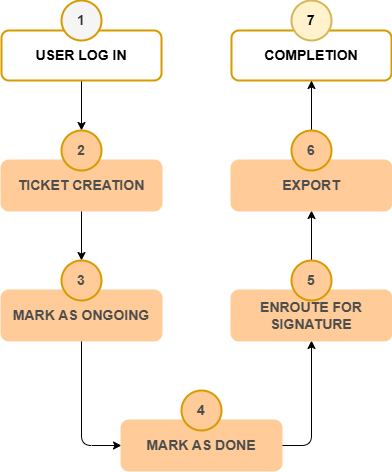
The draw.io diagram Docs/process-flow.png in dumpnibins4-oss/ACTS, before a commit. Source tidied: cells renumbered, new cells last; positions are measured from the earlier drawing's top-left corner, leaving out a move shared by most shapes.
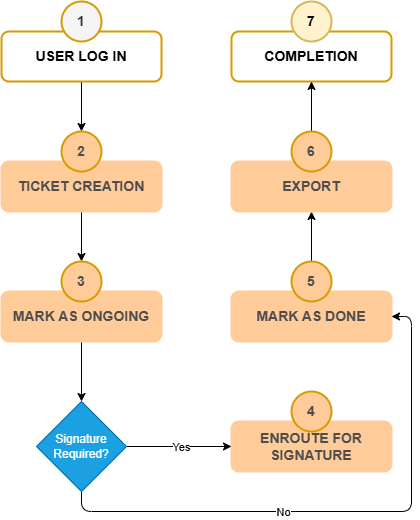
Later version of the same file.

The edit, as a diff of the source:
```diff
@@ -26,35 +26,24 @@
     <mxCell id="9" value="2" style="ellipse;whiteSpace=wrap;html=1;glass=0;strokeWidth=2;fillColor=#ffcc99;strokeColor=#D79B00;fontStyle=1;fontSize=14;fontColor=#4D4D4D;" parent="1" vertex="1">
       <mxGeometry x="60" y="130" width="40" height="40" as="geometry" />
     </mxCell>
-    <mxCell id="10" style="edgeStyle=none;html=1;entryX=0;entryY=0.5;entryDx=0;entryDy=0;fontSize=14;fontColor=#4D4D4D;" parent="1" edge="1" source="11" target="14">
-      <mxGeometry relative="1" as="geometry">
-        <Array as="points">
-          <mxPoint x="80" y="445" />
-        </Array>
-      </mxGeometry>
-    </mxCell>
+    <mxCell id="22" style="edgeStyle=none;html=1;entryX=0.5;entryY=0;entryDx=0;entryDy=0;" parent="1" edge="1" source="11" target="27">
+      <mxGeometry relative="1" as="geometry" />
+    </mxCell>
     <mxCell id="11" value="MARK AS ONGOING" style="rounded=1;whiteSpace=wrap;html=1;glass=0;strokeWidth=2;fillColor=#ffcc99;strokeColor=#ffcc99;fontColor=#4D4D4D;fontStyle=1;fontSize=14;" parent="1" vertex="1">
       <mxGeometry y="290" width="160" height="50" as="geometry" />
     </mxCell>
     <mxCell id="12" value="3" style="ellipse;whiteSpace=wrap;html=1;glass=0;strokeWidth=2;fillColor=#ffcc99;strokeColor=#D79B00;fontStyle=1;fontSize=14;fontColor=#4D4D4D;" parent="1" vertex="1">
       <mxGeometry x="60" y="260" width="40" height="40" as="geometry" />
     </mxCell>
-    <mxCell id="13" style="edgeStyle=none;html=1;entryX=0.5;entryY=1;entryDx=0;entryDy=0;fontSize=14;fontColor=#4D4D4D;exitX=1;exitY=0.5;exitDx=0;exitDy=0;" parent="1" edge="1" source="14" target="16">
-      <mxGeometry relative="1" as="geometry">
-        <Array as="points">
-          <mxPoint x="310" y="445" />
-        </Array>
-      </mxGeometry>
-    </mxCell>
     <mxCell id="14" value="MARK AS DONE" style="rounded=1;whiteSpace=wrap;html=1;glass=0;strokeWidth=2;fillColor=#ffcc99;strokeColor=#ffcc99;fontColor=#4D4D4D;fontStyle=1;fontSize=14;" parent="1" vertex="1">
-      <mxGeometry x="120" y="420" width="160" height="50" as="geometry" />
+      <mxGeometry x="230" y="290" width="160" height="50" as="geometry" />
     </mxCell>
+    <mxCell id="16" value="ENROUTE FOR SIGNATURE" style="rounded=1;whiteSpace=wrap;html=1;glass=0;strokeWidth=2;fillColor=#ffcc99;strokeColor=#ffcc99;fontColor=#4D4D4D;fontStyle=1;fontSize=14;" parent="1" vertex="1">
+      <mxGeometry x="230" y="420" width="160" height="50" as="geometry" />
+    </mxCell>
     <mxCell id="15" value="4" style="ellipse;whiteSpace=wrap;html=1;glass=0;strokeWidth=2;fillColor=#ffcc99;strokeColor=#D79B00;fontStyle=1;fontSize=14;fontColor=#4D4D4D;" parent="1" vertex="1">
-      <mxGeometry x="180" y="390" width="40" height="40" as="geometry" />
+      <mxGeometry x="290" y="390" width="40" height="40" as="geometry" />
     </mxCell>
-    <mxCell id="16" value="ENROUTE FOR SIGNATURE" style="rounded=1;whiteSpace=wrap;html=1;glass=0;strokeWidth=2;fillColor=#ffcc99;strokeColor=#ffcc99;fontColor=#4D4D4D;fontStyle=1;fontSize=14;" parent="1" vertex="1">
-      <mxGeometry x="230" y="290" width="160" height="50" as="geometry" />
-    </mxCell>
     <mxCell id="17" style="edgeStyle=none;html=1;entryX=0.5;entryY=1;entryDx=0;entryDy=0;fontSize=14;fontColor=#4D4D4D;" parent="1" edge="1" source="18" target="19">
       <mxGeometry relative="1" as="geometry" />
     </mxCell>
@@ -70,5 +59,30 @@
     <mxCell id="21" value="6" style="ellipse;whiteSpace=wrap;html=1;glass=0;strokeWidth=2;fillColor=#ffcc99;strokeColor=#D79B00;fontStyle=1;fontSize=14;fontColor=#4D4D4D;" parent="1" vertex="1">
       <mxGeometry x="290" y="130" width="40" height="40" as="geometry" />
     </mxCell>
+    <mxCell id="23" style="edgeStyle=none;html=1;entryX=1;entryY=0.5;entryDx=0;entryDy=0;" parent="1" edge="1" source="27" target="14">
+      <mxGeometry relative="1" as="geometry">
+        <Array as="points">
+          <mxPoint x="80" y="510" />
+          <mxPoint x="410" y="510" />
+          <mxPoint x="410" y="315" />
+        </Array>
+      </mxGeometry>
+    </mxCell>
+    <mxCell id="24" value="No" style="edgeLabel;html=1;align=center;verticalAlign=middle;" parent="23" vertex="1">
+      <mxGeometry x="-0.21" y="-2" relative="1" as="geometry">
+        <mxPoint y="-2" as="offset" />
+      </mxGeometry>
+    </mxCell>
+    <mxCell id="25" style="edgeStyle=none;html=1;" parent="1" edge="1" source="27" target="16">
+      <mxGeometry relative="1" as="geometry" />
+    </mxCell>
+    <mxCell id="26" value="Yes" style="edgeLabel;html=1;align=center;verticalAlign=middle;" parent="25" vertex="1">
+      <mxGeometry x="0.37" relative="1" as="geometry">
+        <mxPoint x="-17" as="offset" />
+      </mxGeometry>
+    </mxCell>
+    <mxCell id="27" value="Signature Required?" style="rhombus;whiteSpace=wrap;html=1;fillColor=#1ba1e2;fontColor=#ffffff;strokeColor=#006EAF;" parent="1" vertex="1">
+      <mxGeometry x="35" y="400" width="90" height="90" as="geometry" />
+    </mxCell>
   </root>
 </mxGraphModel>
```
